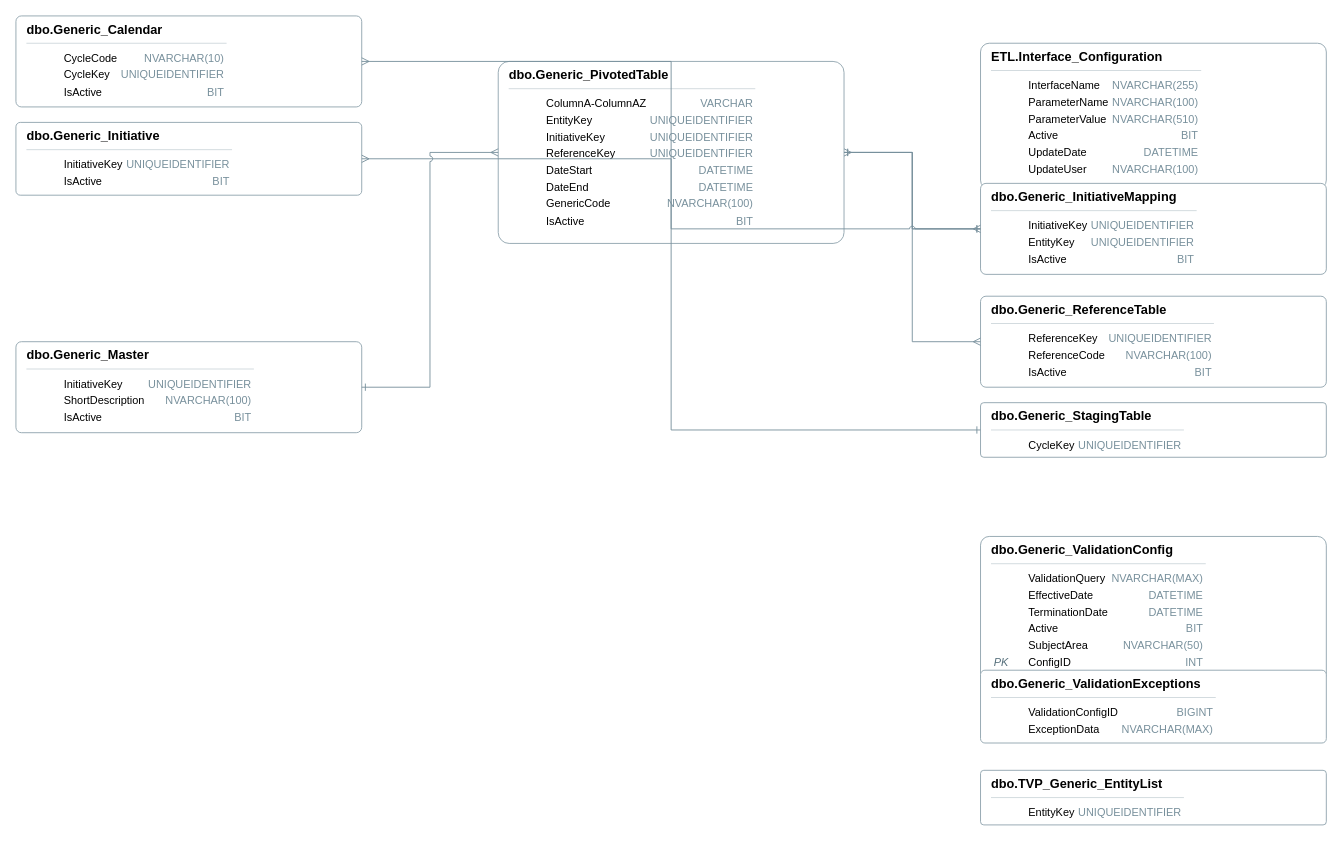
Above: erd/ERD.drawio in drvmuk/sdlc_genai_demo (draw.io), before the change. Source tidied: cells renumbered, new cells numbered last; positions are measured from the earlier drawing's top-left corner, leaving out a move shared by most shapes. Both pictures are drawn from the tidied source at 91%, with x=0, y=0 at pixel (15, 15).
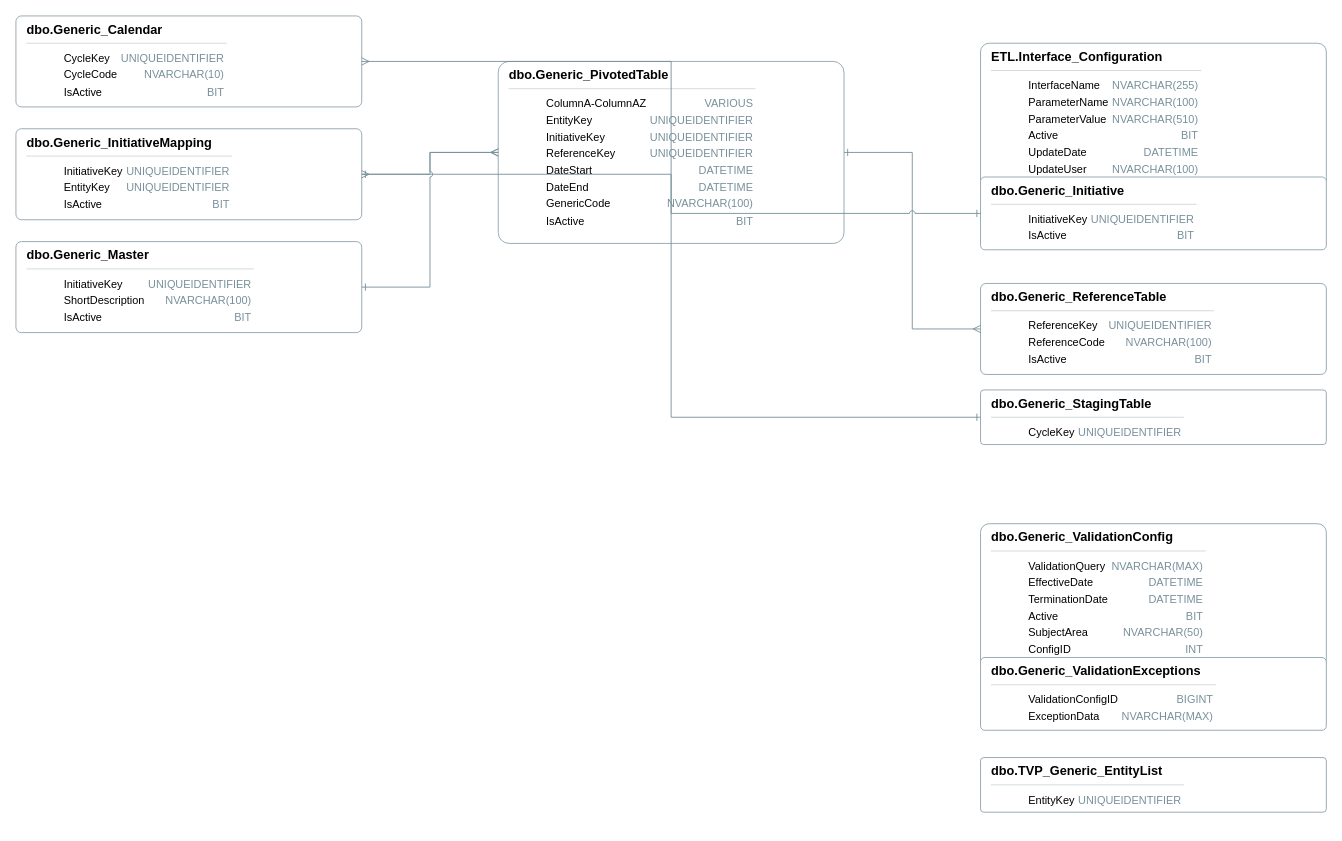
Above is the later version.

Commit message (it also covers changes not shown here):
Upload ERD diagram (memory mode or volume mode)

Diff of the diagram source:
```diff
@@
 <mxGraphModel>
   <root>
     <mxCell id="0" />
     <mxCell id="1" parent="0" />
-    <mxCell id="2" value="&lt;div style='text-align:left'&gt;&lt;div style='font-weight:600;font-size:14px'&gt;dbo.Generic_ValidationConfig&lt;/div&gt;&lt;div style='border-top:1px solid #cfd8dc;margin:6px 0'&gt;&lt;/div&gt;&lt;table style='width:100%;font-size:12px'&gt;&lt;tr&gt;&lt;td style='width:34px;font-style:italic;color:#546E7A'&gt;&lt;/td&gt;&lt;td&gt;ValidationQuery&lt;/td&gt;&lt;td style='width:86px;text-align:right;color:#78909C'&gt;NVARCHAR(MAX)&lt;/td&gt;&lt;/tr&gt;&lt;tr&gt;&lt;td style='width:34px;font-style:italic;color:#546E7A'&gt;&lt;/td&gt;&lt;td&gt;EffectiveDate&lt;/td&gt;&lt;td style='width:86px;text-align:right;color:#78909C'&gt;DATETIME&lt;/td&gt;&lt;/tr&gt;&lt;tr&gt;&lt;td style='width:34px;font-style:italic;color:#546E7A'&gt;&lt;/td&gt;&lt;td&gt;TerminationDate&lt;/td&gt;&lt;td style='width:86px;text-align:right;color:#78909C'&gt;DATETIME&lt;/td&gt;&lt;/tr&gt;&lt;tr&gt;&lt;td style='width:34px;font-style:italic;color:#546E7A'&gt;&lt;/td&gt;&lt;td&gt;Active&lt;/td&gt;&lt;td style='width:86px;text-align:right;color:#78909C'&gt;BIT&lt;/td&gt;&lt;/tr&gt;&lt;tr&gt;&lt;td style='width:34px;font-style:italic;color:#546E7A'&gt;&lt;/td&gt;&lt;td&gt;SubjectArea&lt;/td&gt;&lt;td style='width:86px;text-align:right;color:#78909C'&gt;NVARCHAR(50)&lt;/td&gt;&lt;/tr&gt;&lt;tr&gt;&lt;td style='width:34px;font-style:italic;color:#546E7A'&gt;PK&lt;/td&gt;&lt;td&gt;ConfigID&lt;/td&gt;&lt;td style='width:86px;text-align:right;color:#78909C'&gt;INT&lt;/td&gt;&lt;/tr&gt;&lt;/table&gt;&lt;/div&gt;" style="whiteSpace=wrap;rounded=1;fillColor=#FFFFFF;strokeColor=#90A4AE;dashed=0;shape=rectangle;arcSize=6;fontSize=13;align=left;verticalAlign=top;spacingLeft=10;html=1;" parent="1" vertex="1">
-      <mxGeometry x="1060" y="572" width="380" height="160" as="geometry" />
-    </mxCell>
+    <mxCell id="19" value="&lt;div style='text-align:left'&gt;&lt;div style='font-weight:600;font-size:14px'&gt;dbo.Generic_ValidationConfig&lt;/div&gt;&lt;div style='border-top:1px solid #cfd8dc;margin:6px 0'&gt;&lt;/div&gt;&lt;table style='width:100%;font-size:12px'&gt;&lt;tr&gt;&lt;td style='width:34px;font-style:italic;color:#546E7A'&gt;&lt;/td&gt;&lt;td&gt;ValidationQuery&lt;/td&gt;&lt;td style='width:86px;text-align:right;color:#78909C'&gt;NVARCHAR(MAX)&lt;/td&gt;&lt;/tr&gt;&lt;tr&gt;&lt;td style='width:34px;font-style:italic;color:#546E7A'&gt;&lt;/td&gt;&lt;td&gt;EffectiveDate&lt;/td&gt;&lt;td style='width:86px;text-align:right;color:#78909C'&gt;DATETIME&lt;/td&gt;&lt;/tr&gt;&lt;tr&gt;&lt;td style='width:34px;font-style:italic;color:#546E7A'&gt;&lt;/td&gt;&lt;td&gt;TerminationDate&lt;/td&gt;&lt;td style='width:86px;text-align:right;color:#78909C'&gt;DATETIME&lt;/td&gt;&lt;/tr&gt;&lt;tr&gt;&lt;td style='width:34px;font-style:italic;color:#546E7A'&gt;&lt;/td&gt;&lt;td&gt;Active&lt;/td&gt;&lt;td style='width:86px;text-align:right;color:#78909C'&gt;BIT&lt;/td&gt;&lt;/tr&gt;&lt;tr&gt;&lt;td style='width:34px;font-style:italic;color:#546E7A'&gt;&lt;/td&gt;&lt;td&gt;SubjectArea&lt;/td&gt;&lt;td style='width:86px;text-align:right;color:#78909C'&gt;NVARCHAR(50)&lt;/td&gt;&lt;/tr&gt;&lt;tr&gt;&lt;td style='width:34px;font-style:italic;color:#546E7A'&gt;&lt;/td&gt;&lt;td&gt;ConfigID&lt;/td&gt;&lt;td style='width:86px;text-align:right;color:#78909C'&gt;INT&lt;/td&gt;&lt;/tr&gt;&lt;/table&gt;&lt;/div&gt;" style="whiteSpace=wrap;rounded=1;fillColor=#FFFFFF;strokeColor=#90A4AE;dashed=0;shape=rectangle;arcSize=6;fontSize=13;align=left;verticalAlign=top;spacingLeft=10;html=1;" parent="1" vertex="1">
+      <mxGeometry x="1060" y="558" width="380" height="160" as="geometry" />
+    </mxCell>
     <mxCell id="3" value="&lt;div style='text-align:left'&gt;&lt;div style='font-weight:600;font-size:14px'&gt;dbo.Generic_ValidationExceptions&lt;/div&gt;&lt;div style='border-top:1px solid #cfd8dc;margin:6px 0'&gt;&lt;/div&gt;&lt;table style='width:100%;font-size:12px'&gt;&lt;tr&gt;&lt;td style='width:34px;font-style:italic;color:#546E7A'&gt;&lt;/td&gt;&lt;td&gt;ValidationConfigID&lt;/td&gt;&lt;td style='width:86px;text-align:right;color:#78909C'&gt;BIGINT&lt;/td&gt;&lt;/tr&gt;&lt;tr&gt;&lt;td style='width:34px;font-style:italic;color:#546E7A'&gt;&lt;/td&gt;&lt;td&gt;ExceptionData&lt;/td&gt;&lt;td style='width:86px;text-align:right;color:#78909C'&gt;NVARCHAR(MAX)&lt;/td&gt;&lt;/tr&gt;&lt;/table&gt;&lt;/div&gt;" style="whiteSpace=wrap;rounded=1;fillColor=#FFFFFF;strokeColor=#90A4AE;dashed=0;shape=rectangle;arcSize=6;fontSize=13;align=left;verticalAlign=top;spacingLeft=10;html=1;" parent="1" vertex="1">
-      <mxGeometry x="1060" y="719" width="380" height="80" as="geometry" />
+      <mxGeometry x="1060" y="705" width="380" height="80" as="geometry" />
     </mxCell>
     <mxCell id="4" value="&lt;div style='text-align:left'&gt;&lt;div style='font-weight:600;font-size:14px'&gt;ETL.Interface_Configuration&lt;/div&gt;&lt;div style='border-top:1px solid #cfd8dc;margin:6px 0'&gt;&lt;/div&gt;&lt;table style='width:100%;font-size:12px'&gt;&lt;tr&gt;&lt;td style='width:34px;font-style:italic;color:#546E7A'&gt;&lt;/td&gt;&lt;td&gt;InterfaceName&lt;/td&gt;&lt;td style='width:86px;text-align:right;color:#78909C'&gt;NVARCHAR(255)&lt;/td&gt;&lt;/tr&gt;&lt;tr&gt;&lt;td style='width:34px;font-style:italic;color:#546E7A'&gt;&lt;/td&gt;&lt;td&gt;ParameterName&lt;/td&gt;&lt;td style='width:86px;text-align:right;color:#78909C'&gt;NVARCHAR(100)&lt;/td&gt;&lt;/tr&gt;&lt;tr&gt;&lt;td style='width:34px;font-style:italic;color:#546E7A'&gt;&lt;/td&gt;&lt;td&gt;ParameterValue&lt;/td&gt;&lt;td style='width:86px;text-align:right;color:#78909C'&gt;NVARCHAR(510)&lt;/td&gt;&lt;/tr&gt;&lt;tr&gt;&lt;td style='width:34px;font-style:italic;color:#546E7A'&gt;&lt;/td&gt;&lt;td&gt;Active&lt;/td&gt;&lt;td style='width:86px;text-align:right;color:#78909C'&gt;BIT&lt;/td&gt;&lt;/tr&gt;&lt;tr&gt;&lt;td style='width:34px;font-style:italic;color:#546E7A'&gt;&lt;/td&gt;&lt;td&gt;UpdateDate&lt;/td&gt;&lt;td style='width:86px;text-align:right;color:#78909C'&gt;DATETIME&lt;/td&gt;&lt;/tr&gt;&lt;tr&gt;&lt;td style='width:34px;font-style:italic;color:#546E7A'&gt;&lt;/td&gt;&lt;td&gt;UpdateUser&lt;/td&gt;&lt;td style='width:86px;text-align:right;color:#78909C'&gt;NVARCHAR(100)&lt;/td&gt;&lt;/tr&gt;&lt;/table&gt;&lt;/div&gt;" style="whiteSpace=wrap;rounded=1;fillColor=#FFFFFF;strokeColor=#90A4AE;dashed=0;shape=rectangle;arcSize=6;fontSize=13;align=left;verticalAlign=top;spacingLeft=10;html=1;" parent="1" vertex="1">
       <mxGeometry x="1060" y="30" width="380" height="160" as="geometry" />
     </mxCell>
     <mxCell id="5" value="&lt;div style='text-align:left'&gt;&lt;div style='font-weight:600;font-size:14px'&gt;dbo.Generic_StagingTable&lt;/div&gt;&lt;div style='border-top:1px solid #cfd8dc;margin:6px 0'&gt;&lt;/div&gt;&lt;table style='width:100%;font-size:12px'&gt;&lt;tr&gt;&lt;td style='width:34px;font-style:italic;color:#546E7A'&gt;&lt;/td&gt;&lt;td&gt;CycleKey&lt;/td&gt;&lt;td style='width:86px;text-align:right;color:#78909C'&gt;UNIQUEIDENTIFIER&lt;/td&gt;&lt;/tr&gt;&lt;/table&gt;&lt;/div&gt;" style="whiteSpace=wrap;rounded=1;fillColor=#FFFFFF;strokeColor=#90A4AE;dashed=0;shape=rectangle;arcSize=6;fontSize=13;align=left;verticalAlign=top;spacingLeft=10;portConstraint=eastwest;html=1;" parent="1" vertex="1">
-      <mxGeometry x="1060" y="425" width="380" height="60" as="geometry" />
+      <mxGeometry x="1060" y="411" width="380" height="60" as="geometry" />
     </mxCell>
-    <mxCell id="6" value="&lt;div style='text-align:left'&gt;&lt;div style='font-weight:600;font-size:14px'&gt;dbo.Generic_Calendar&lt;/div&gt;&lt;div style='border-top:1px solid #cfd8dc;margin:6px 0'&gt;&lt;/div&gt;&lt;table style='width:100%;font-size:12px'&gt;&lt;tr&gt;&lt;td style='width:34px;font-style:italic;color:#546E7A'&gt;&lt;/td&gt;&lt;td&gt;CycleCode&lt;/td&gt;&lt;td style='width:86px;text-align:right;color:#78909C'&gt;NVARCHAR(10)&lt;/td&gt;&lt;/tr&gt;&lt;tr&gt;&lt;td style='width:34px;font-style:italic;color:#546E7A'&gt;&lt;/td&gt;&lt;td&gt;CycleKey&lt;/td&gt;&lt;td style='width:86px;text-align:right;color:#78909C'&gt;UNIQUEIDENTIFIER&lt;/td&gt;&lt;/tr&gt;&lt;tr&gt;&lt;td style='width:34px;font-style:italic;color:#546E7A'&gt;&lt;/td&gt;&lt;td&gt;IsActive&lt;/td&gt;&lt;td style='width:86px;text-align:right;color:#78909C'&gt;BIT&lt;/td&gt;&lt;/tr&gt;&lt;/table&gt;&lt;/div&gt;" style="whiteSpace=wrap;rounded=1;fillColor=#FFFFFF;strokeColor=#90A4AE;dashed=0;shape=rectangle;arcSize=6;fontSize=13;align=left;verticalAlign=top;spacingLeft=10;portConstraint=eastwest;html=1;" parent="1" vertex="1">
-      <mxGeometry width="380" height="100" as="geometry" />
-    </mxCell>
-    <mxCell id="7" value="&lt;div style='text-align:left'&gt;&lt;div style='font-weight:600;font-size:14px'&gt;dbo.Generic_PivotedTable&lt;/div&gt;&lt;div style='border-top:1px solid #cfd8dc;margin:6px 0'&gt;&lt;/div&gt;&lt;table style='width:100%;font-size:12px'&gt;&lt;tr&gt;&lt;td style='width:34px;font-style:italic;color:#546E7A'&gt;&lt;/td&gt;&lt;td&gt;ColumnA-ColumnAZ&lt;/td&gt;&lt;td style='width:86px;text-align:right;color:#78909C'&gt;VARCHAR&lt;/td&gt;&lt;/tr&gt;&lt;tr&gt;&lt;td style='width:34px;font-style:italic;color:#546E7A'&gt;&lt;/td&gt;&lt;td&gt;EntityKey&lt;/td&gt;&lt;td style='width:86px;text-align:right;color:#78909C'&gt;UNIQUEIDENTIFIER&lt;/td&gt;&lt;/tr&gt;&lt;tr&gt;&lt;td style='width:34px;font-style:italic;color:#546E7A'&gt;&lt;/td&gt;&lt;td&gt;InitiativeKey&lt;/td&gt;&lt;td style='width:86px;text-align:right;color:#78909C'&gt;UNIQUEIDENTIFIER&lt;/td&gt;&lt;/tr&gt;&lt;tr&gt;&lt;td style='width:34px;font-style:italic;color:#546E7A'&gt;&lt;/td&gt;&lt;td&gt;ReferenceKey&lt;/td&gt;&lt;td style='width:86px;text-align:right;color:#78909C'&gt;UNIQUEIDENTIFIER&lt;/td&gt;&lt;/tr&gt;&lt;tr&gt;&lt;td style='width:34px;font-style:italic;color:#546E7A'&gt;&lt;/td&gt;&lt;td&gt;DateStart&lt;/td&gt;&lt;td style='width:86px;text-align:right;color:#78909C'&gt;DATETIME&lt;/td&gt;&lt;/tr&gt;&lt;tr&gt;&lt;td style='width:34px;font-style:italic;color:#546E7A'&gt;&lt;/td&gt;&lt;td&gt;DateEnd&lt;/td&gt;&lt;td style='width:86px;text-align:right;color:#78909C'&gt;DATETIME&lt;/td&gt;&lt;/tr&gt;&lt;tr&gt;&lt;td style='width:34px;font-style:italic;color:#546E7A'&gt;&lt;/td&gt;&lt;td&gt;GenericCode&lt;/td&gt;&lt;td style='width:86px;text-align:right;color:#78909C'&gt;NVARCHAR(100)&lt;/td&gt;&lt;/tr&gt;&lt;tr&gt;&lt;td style='width:34px;font-style:italic;color:#546E7A'&gt;&lt;/td&gt;&lt;td&gt;IsActive&lt;/td&gt;&lt;td style='width:86px;text-align:right;color:#78909C'&gt;BIT&lt;/td&gt;&lt;/tr&gt;&lt;/table&gt;&lt;/div&gt;" style="whiteSpace=wrap;rounded=1;fillColor=#FFFFFF;strokeColor=#90A4AE;dashed=0;shape=rectangle;arcSize=6;fontSize=13;align=left;verticalAlign=top;spacingLeft=10;portConstraint=eastwest;html=1;" parent="1" vertex="1">
-      <mxGeometry x="530" y="50" width="380" height="200" as="geometry" />
-    </mxCell>
+    <mxCell id="20" value="&lt;div style='text-align:left'&gt;&lt;div style='font-weight:600;font-size:14px'&gt;dbo.Generic_Calendar&lt;/div&gt;&lt;div style='border-top:1px solid #cfd8dc;margin:6px 0'&gt;&lt;/div&gt;&lt;table style='width:100%;font-size:12px'&gt;&lt;tr&gt;&lt;td style='width:34px;font-style:italic;color:#546E7A'&gt;&lt;/td&gt;&lt;td&gt;CycleKey&lt;/td&gt;&lt;td style='width:86px;text-align:right;color:#78909C'&gt;UNIQUEIDENTIFIER&lt;/td&gt;&lt;/tr&gt;&lt;tr&gt;&lt;td style='width:34px;font-style:italic;color:#546E7A'&gt;&lt;/td&gt;&lt;td&gt;CycleCode&lt;/td&gt;&lt;td style='width:86px;text-align:right;color:#78909C'&gt;NVARCHAR(10)&lt;/td&gt;&lt;/tr&gt;&lt;tr&gt;&lt;td style='width:34px;font-style:italic;color:#546E7A'&gt;&lt;/td&gt;&lt;td&gt;IsActive&lt;/td&gt;&lt;td style='width:86px;text-align:right;color:#78909C'&gt;BIT&lt;/td&gt;&lt;/tr&gt;&lt;/table&gt;&lt;/div&gt;" style="whiteSpace=wrap;rounded=1;fillColor=#FFFFFF;strokeColor=#90A4AE;dashed=0;shape=rectangle;arcSize=6;fontSize=13;align=left;verticalAlign=top;spacingLeft=10;portConstraint=eastwest;html=1;" parent="1" vertex="1">
+      <mxGeometry width="380" height="100" as="geometry" />
+    </mxCell>
+    <mxCell id="21" value="&lt;div style='text-align:left'&gt;&lt;div style='font-weight:600;font-size:14px'&gt;dbo.Generic_PivotedTable&lt;/div&gt;&lt;div style='border-top:1px solid #cfd8dc;margin:6px 0'&gt;&lt;/div&gt;&lt;table style='width:100%;font-size:12px'&gt;&lt;tr&gt;&lt;td style='width:34px;font-style:italic;color:#546E7A'&gt;&lt;/td&gt;&lt;td&gt;ColumnA-ColumnAZ&lt;/td&gt;&lt;td style='width:86px;text-align:right;color:#78909C'&gt;VARIOUS&lt;/td&gt;&lt;/tr&gt;&lt;tr&gt;&lt;td style='width:34px;font-style:italic;color:#546E7A'&gt;&lt;/td&gt;&lt;td&gt;EntityKey&lt;/td&gt;&lt;td style='width:86px;text-align:right;color:#78909C'&gt;UNIQUEIDENTIFIER&lt;/td&gt;&lt;/tr&gt;&lt;tr&gt;&lt;td style='width:34px;font-style:italic;color:#546E7A'&gt;&lt;/td&gt;&lt;td&gt;InitiativeKey&lt;/td&gt;&lt;td style='width:86px;text-align:right;color:#78909C'&gt;UNIQUEIDENTIFIER&lt;/td&gt;&lt;/tr&gt;&lt;tr&gt;&lt;td style='width:34px;font-style:italic;color:#546E7A'&gt;&lt;/td&gt;&lt;td&gt;ReferenceKey&lt;/td&gt;&lt;td style='width:86px;text-align:right;color:#78909C'&gt;UNIQUEIDENTIFIER&lt;/td&gt;&lt;/tr&gt;&lt;tr&gt;&lt;td style='width:34px;font-style:italic;color:#546E7A'&gt;&lt;/td&gt;&lt;td&gt;DateStart&lt;/td&gt;&lt;td style='width:86px;text-align:right;color:#78909C'&gt;DATETIME&lt;/td&gt;&lt;/tr&gt;&lt;tr&gt;&lt;td style='width:34px;font-style:italic;color:#546E7A'&gt;&lt;/td&gt;&lt;td&gt;DateEnd&lt;/td&gt;&lt;td style='width:86px;text-align:right;color:#78909C'&gt;DATETIME&lt;/td&gt;&lt;/tr&gt;&lt;tr&gt;&lt;td style='width:34px;font-style:italic;color:#546E7A'&gt;&lt;/td&gt;&lt;td&gt;GenericCode&lt;/td&gt;&lt;td style='width:86px;text-align:right;color:#78909C'&gt;NVARCHAR(100)&lt;/td&gt;&lt;/tr&gt;&lt;tr&gt;&lt;td style='width:34px;font-style:italic;color:#546E7A'&gt;&lt;/td&gt;&lt;td&gt;IsActive&lt;/td&gt;&lt;td style='width:86px;text-align:right;color:#78909C'&gt;BIT&lt;/td&gt;&lt;/tr&gt;&lt;/table&gt;&lt;/div&gt;" style="whiteSpace=wrap;rounded=1;fillColor=#FFFFFF;strokeColor=#90A4AE;dashed=0;shape=rectangle;arcSize=6;fontSize=13;align=left;verticalAlign=top;spacingLeft=10;portConstraint=eastwest;html=1;" parent="1" vertex="1">
+      <mxGeometry x="530" y="50" width="380" height="200" as="geometry" />
+    </mxCell>
     <mxCell id="8" value="&lt;div style='text-align:left'&gt;&lt;div style='font-weight:600;font-size:14px'&gt;dbo.Generic_ReferenceTable&lt;/div&gt;&lt;div style='border-top:1px solid #cfd8dc;margin:6px 0'&gt;&lt;/div&gt;&lt;table style='width:100%;font-size:12px'&gt;&lt;tr&gt;&lt;td style='width:34px;font-style:italic;color:#546E7A'&gt;&lt;/td&gt;&lt;td&gt;ReferenceKey&lt;/td&gt;&lt;td style='width:86px;text-align:right;color:#78909C'&gt;UNIQUEIDENTIFIER&lt;/td&gt;&lt;/tr&gt;&lt;tr&gt;&lt;td style='width:34px;font-style:italic;color:#546E7A'&gt;&lt;/td&gt;&lt;td&gt;ReferenceCode&lt;/td&gt;&lt;td style='width:86px;text-align:right;color:#78909C'&gt;NVARCHAR(100)&lt;/td&gt;&lt;/tr&gt;&lt;tr&gt;&lt;td style='width:34px;font-style:italic;color:#546E7A'&gt;&lt;/td&gt;&lt;td&gt;IsActive&lt;/td&gt;&lt;td style='width:86px;text-align:right;color:#78909C'&gt;BIT&lt;/td&gt;&lt;/tr&gt;&lt;/table&gt;&lt;/div&gt;" style="whiteSpace=wrap;rounded=1;fillColor=#FFFFFF;strokeColor=#90A4AE;dashed=0;shape=rectangle;arcSize=6;fontSize=13;align=left;verticalAlign=top;spacingLeft=10;portConstraint=eastwest;html=1;" parent="1" vertex="1">
-      <mxGeometry x="1060" y="308" width="380" height="100" as="geometry" />
+      <mxGeometry x="1060" y="294" width="380" height="100" as="geometry" />
     </mxCell>
     <mxCell id="9" value="&lt;div style='text-align:left'&gt;&lt;div style='font-weight:600;font-size:14px'&gt;dbo.Generic_Initiative&lt;/div&gt;&lt;div style='border-top:1px solid #cfd8dc;margin:6px 0'&gt;&lt;/div&gt;&lt;table style='width:100%;font-size:12px'&gt;&lt;tr&gt;&lt;td style='width:34px;font-style:italic;color:#546E7A'&gt;&lt;/td&gt;&lt;td&gt;InitiativeKey&lt;/td&gt;&lt;td style='width:86px;text-align:right;color:#78909C'&gt;UNIQUEIDENTIFIER&lt;/td&gt;&lt;/tr&gt;&lt;tr&gt;&lt;td style='width:34px;font-style:italic;color:#546E7A'&gt;&lt;/td&gt;&lt;td&gt;IsActive&lt;/td&gt;&lt;td style='width:86px;text-align:right;color:#78909C'&gt;BIT&lt;/td&gt;&lt;/tr&gt;&lt;/table&gt;&lt;/div&gt;" style="whiteSpace=wrap;rounded=1;fillColor=#FFFFFF;strokeColor=#90A4AE;dashed=0;shape=rectangle;arcSize=6;fontSize=13;align=left;verticalAlign=top;spacingLeft=10;portConstraint=eastwest;html=1;" parent="1" vertex="1">
-      <mxGeometry y="117" width="380" height="80" as="geometry" />
+      <mxGeometry x="1060" y="177" width="380" height="80" as="geometry" />
     </mxCell>
     <mxCell id="10" value="&lt;div style='text-align:left'&gt;&lt;div style='font-weight:600;font-size:14px'&gt;dbo.Generic_InitiativeMapping&lt;/div&gt;&lt;div style='border-top:1px solid #cfd8dc;margin:6px 0'&gt;&lt;/div&gt;&lt;table style='width:100%;font-size:12px'&gt;&lt;tr&gt;&lt;td style='width:34px;font-style:italic;color:#546E7A'&gt;&lt;/td&gt;&lt;td&gt;InitiativeKey&lt;/td&gt;&lt;td style='width:86px;text-align:right;color:#78909C'&gt;UNIQUEIDENTIFIER&lt;/td&gt;&lt;/tr&gt;&lt;tr&gt;&lt;td style='width:34px;font-style:italic;color:#546E7A'&gt;&lt;/td&gt;&lt;td&gt;EntityKey&lt;/td&gt;&lt;td style='width:86px;text-align:right;color:#78909C'&gt;UNIQUEIDENTIFIER&lt;/td&gt;&lt;/tr&gt;&lt;tr&gt;&lt;td style='width:34px;font-style:italic;color:#546E7A'&gt;&lt;/td&gt;&lt;td&gt;IsActive&lt;/td&gt;&lt;td style='width:86px;text-align:right;color:#78909C'&gt;BIT&lt;/td&gt;&lt;/tr&gt;&lt;/table&gt;&lt;/div&gt;" style="whiteSpace=wrap;rounded=1;fillColor=#FFFFFF;strokeColor=#90A4AE;dashed=0;shape=rectangle;arcSize=6;fontSize=13;align=left;verticalAlign=top;spacingLeft=10;portConstraint=eastwest;html=1;" parent="1" vertex="1">
-      <mxGeometry x="1060" y="184" width="380" height="100" as="geometry" />
+      <mxGeometry y="124" width="380" height="100" as="geometry" />
     </mxCell>
     <mxCell id="11" value="&lt;div style='text-align:left'&gt;&lt;div style='font-weight:600;font-size:14px'&gt;dbo.Generic_Master&lt;/div&gt;&lt;div style='border-top:1px solid #cfd8dc;margin:6px 0'&gt;&lt;/div&gt;&lt;table style='width:100%;font-size:12px'&gt;&lt;tr&gt;&lt;td style='width:34px;font-style:italic;color:#546E7A'&gt;&lt;/td&gt;&lt;td&gt;InitiativeKey&lt;/td&gt;&lt;td style='width:86px;text-align:right;color:#78909C'&gt;UNIQUEIDENTIFIER&lt;/td&gt;&lt;/tr&gt;&lt;tr&gt;&lt;td style='width:34px;font-style:italic;color:#546E7A'&gt;&lt;/td&gt;&lt;td&gt;ShortDescription&lt;/td&gt;&lt;td style='width:86px;text-align:right;color:#78909C'&gt;NVARCHAR(100)&lt;/td&gt;&lt;/tr&gt;&lt;tr&gt;&lt;td style='width:34px;font-style:italic;color:#546E7A'&gt;&lt;/td&gt;&lt;td&gt;IsActive&lt;/td&gt;&lt;td style='width:86px;text-align:right;color:#78909C'&gt;BIT&lt;/td&gt;&lt;/tr&gt;&lt;/table&gt;&lt;/div&gt;" style="whiteSpace=wrap;rounded=1;fillColor=#FFFFFF;strokeColor=#90A4AE;dashed=0;shape=rectangle;arcSize=6;fontSize=13;align=left;verticalAlign=top;spacingLeft=10;portConstraint=eastwest;html=1;" parent="1" vertex="1">
-      <mxGeometry y="358" width="380" height="100" as="geometry" />
+      <mxGeometry y="248" width="380" height="100" as="geometry" />
     </mxCell>
     <mxCell id="12" value="&lt;div style='text-align:left'&gt;&lt;div style='font-weight:600;font-size:14px'&gt;dbo.TVP_Generic_EntityList&lt;/div&gt;&lt;div style='border-top:1px solid #cfd8dc;margin:6px 0'&gt;&lt;/div&gt;&lt;table style='width:100%;font-size:12px'&gt;&lt;tr&gt;&lt;td style='width:34px;font-style:italic;color:#546E7A'&gt;&lt;/td&gt;&lt;td&gt;EntityKey&lt;/td&gt;&lt;td style='width:86px;text-align:right;color:#78909C'&gt;UNIQUEIDENTIFIER&lt;/td&gt;&lt;/tr&gt;&lt;/table&gt;&lt;/div&gt;" style="whiteSpace=wrap;rounded=1;fillColor=#FFFFFF;strokeColor=#90A4AE;dashed=0;shape=rectangle;arcSize=6;fontSize=13;align=left;verticalAlign=top;spacingLeft=10;html=1;" parent="1" vertex="1">
-      <mxGeometry x="1060" y="829" width="380" height="60" as="geometry" />
+      <mxGeometry x="1060" y="815" width="380" height="60" as="geometry" />
     </mxCell>
-    <mxCell id="13" style="edgeStyle=orthogonalEdgeStyle;rounded=0;jettySize=auto;startArrow=ERone;endArrow=ERmany;strokeColor=#78909C;jumpStyle=arc;jumpSize=6;" parent="1" edge="1" source="5" target="6">
-      <mxGeometry relative="1" as="geometry" />
-    </mxCell>
-    <mxCell id="14" style="edgeStyle=orthogonalEdgeStyle;rounded=0;jettySize=auto;startArrow=ERone;endArrow=ERmany;strokeColor=#78909C;jumpStyle=arc;jumpSize=6;" parent="1" edge="1" source="7" target="8">
-      <mxGeometry relative="1" as="geometry" />
-    </mxCell>
-    <mxCell id="15" style="edgeStyle=orthogonalEdgeStyle;rounded=0;jettySize=auto;startArrow=ERone;endArrow=ERmany;strokeColor=#78909C;jumpStyle=arc;jumpSize=6;" parent="1" edge="1" source="10" target="9">
-      <mxGeometry relative="1" as="geometry" />
-    </mxCell>
-    <mxCell id="16" style="edgeStyle=orthogonalEdgeStyle;rounded=0;jettySize=auto;startArrow=ERone;endArrow=ERmany;strokeColor=#78909C;jumpStyle=arc;jumpSize=6;" parent="1" edge="1" source="10" target="7">
-      <mxGeometry relative="1" as="geometry" />
-    </mxCell>
-    <mxCell id="17" style="edgeStyle=orthogonalEdgeStyle;rounded=0;jettySize=auto;startArrow=ERone;endArrow=ERmany;strokeColor=#78909C;jumpStyle=arc;jumpSize=6;" parent="1" edge="1" source="7" target="10">
-      <mxGeometry relative="1" as="geometry" />
-    </mxCell>
-    <mxCell id="18" style="edgeStyle=orthogonalEdgeStyle;rounded=0;jettySize=auto;startArrow=ERone;endArrow=ERmany;strokeColor=#78909C;jumpStyle=arc;jumpSize=6;" parent="1" edge="1" source="11" target="7">
-      <mxGeometry relative="1" as="geometry" />
-    </mxCell>
+    <mxCell id="22" style="edgeStyle=orthogonalEdgeStyle;rounded=0;jettySize=auto;startArrow=ERone;endArrow=ERmany;strokeColor=#78909C;jumpStyle=arc;jumpSize=6;" parent="1" edge="1" source="5" target="20">
+      <mxGeometry relative="1" as="geometry" />
+    </mxCell>
+    <mxCell id="23" style="edgeStyle=orthogonalEdgeStyle;rounded=0;jettySize=auto;startArrow=ERone;endArrow=ERmany;strokeColor=#78909C;jumpStyle=arc;jumpSize=6;" parent="1" edge="1" source="21" target="8">
+      <mxGeometry relative="1" as="geometry" />
+    </mxCell>
+    <mxCell id="24" style="edgeStyle=orthogonalEdgeStyle;rounded=0;jettySize=auto;startArrow=ERone;endArrow=ERmany;strokeColor=#78909C;jumpStyle=arc;jumpSize=6;" parent="1" edge="1" source="10" target="21">
+      <mxGeometry relative="1" as="geometry" />
+    </mxCell>
+    <mxCell id="25" style="edgeStyle=orthogonalEdgeStyle;rounded=0;jettySize=auto;startArrow=ERone;endArrow=ERmany;strokeColor=#78909C;jumpStyle=arc;jumpSize=6;" parent="1" edge="1" source="9" target="10">
+      <mxGeometry relative="1" as="geometry" />
+    </mxCell>
+    <mxCell id="26" style="edgeStyle=orthogonalEdgeStyle;rounded=0;jettySize=auto;startArrow=ERone;endArrow=ERmany;strokeColor=#78909C;jumpStyle=arc;jumpSize=6;" parent="1" edge="1" source="11" target="21">
+      <mxGeometry relative="1" as="geometry" />
+    </mxCell>
   </root>
 </mxGraphModel>
```
